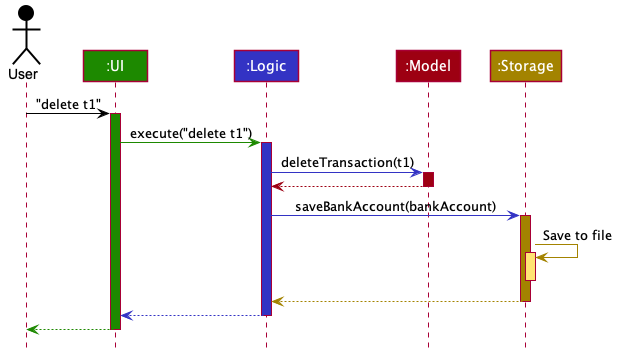
This is docs/images/ArchitectureSequenceDiagram.png from nus-cs2103-AY1920S1/addressbook-level3, a PlantUML export, as it was before one commit.
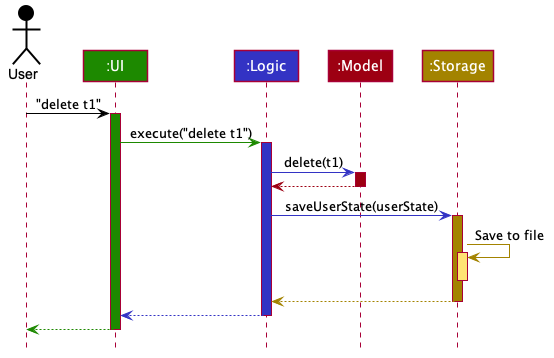
After the change.

Commit message:
Update Diagram for increased accuracy

Change to the diagram source:
```diff
@@ -60,13 +60,13 @@
 ui -[#1D8900]> logic : execute("delete t1")
 activate logic #3333C4
 
-logic -[#3333C4]> model : deleteTransaction(t1)
+logic -[#3333C4]> model : delete(t1)
 activate model #9D0012
 
 model -[#9D0012]-> logic
 deactivate model
 
-logic -[#3333C4]> storage : saveBankAccount(bankAccount)
+logic -[#3333C4]> storage : saveUserState(userState)
 activate storage #A38300
 
 storage -[#A38300]> storage : Save to file
```
